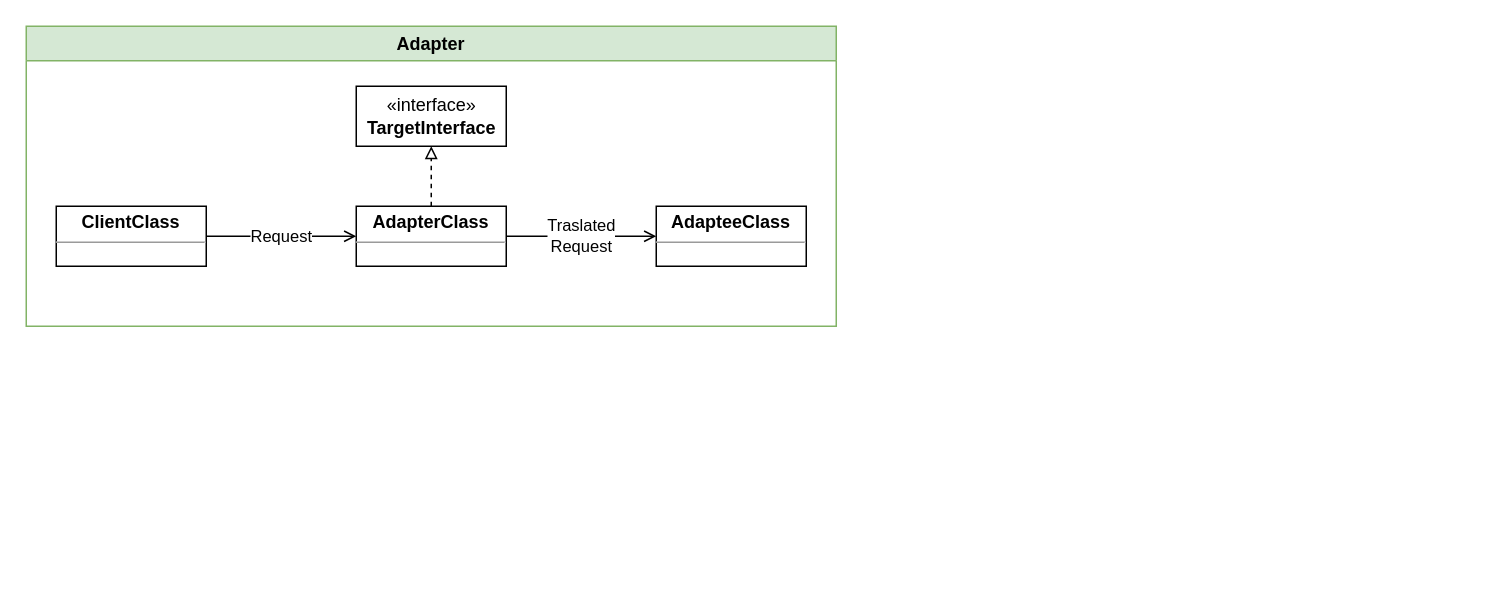
LuisCarlosRojasTorres/NetCore-DesignPatterns keeps this draw.io diagram as page "Structural" (2 of 3) of uploads/DesignPatternDiagrams.drawio. Above is the earlier version. Source tidied: cells renumbered, new cells numbered last; positions are measured from the earlier drawing's top-left corner, leaving out a move shared by most shapes. Both pictures are drawn from the tidied source at 150%, with x=0, y=0 at pixel (26, 26).
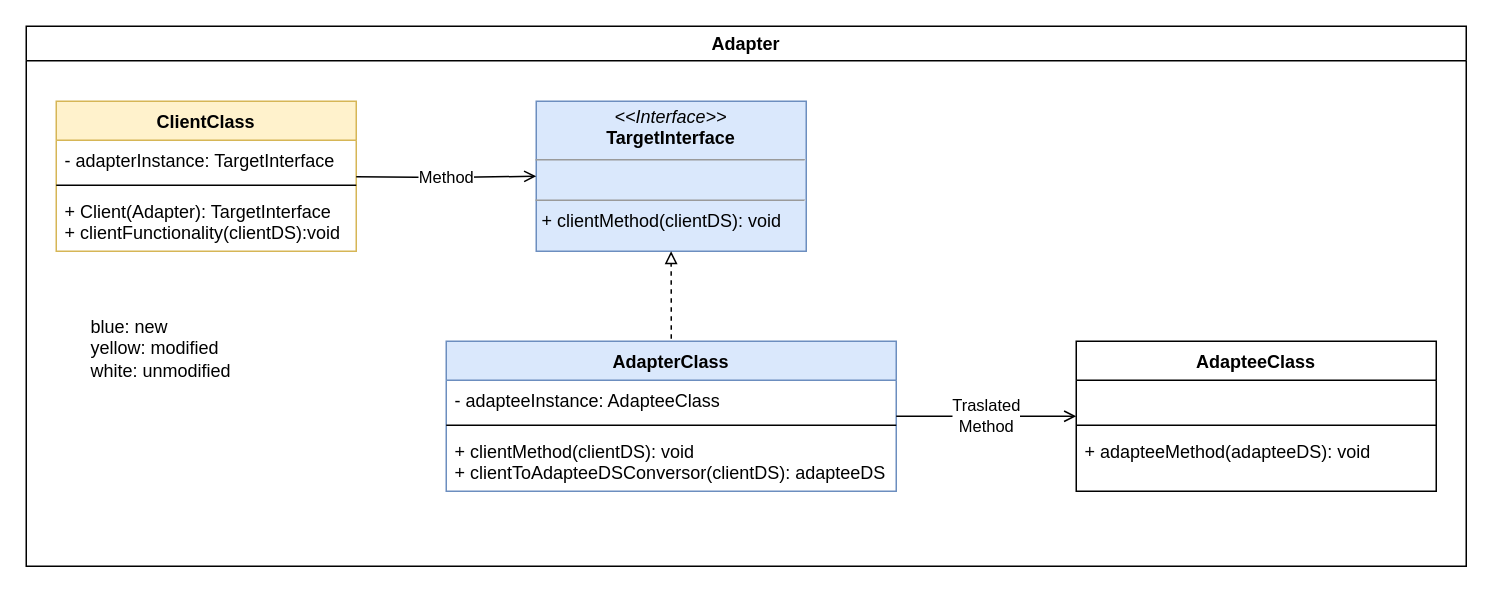
Above is the later version.

Commit message (it also covers changes not shown here):
Adapter: UML improved

Change to the diagram source:
```diff
@@
-    <mxCell id="2" value="Adapter" style="swimlane;fillColor=#d5e8d4;strokeColor=#82b366;" parent="1" vertex="1">
-      <mxGeometry width="540" height="200" as="geometry" />
+    <mxCell id="2" value="Adapter" style="swimlane;" parent="1" vertex="1">
+      <mxGeometry width="960" height="360" as="geometry" />
     </mxCell>
-    <mxCell id="3" value="«interface»&lt;br&gt;&lt;b&gt;TargetInterface&lt;/b&gt;" style="html=1;" parent="2" vertex="1">
-      <mxGeometry x="220" y="40" width="100" height="40" as="geometry" />
-    </mxCell>
+    <mxCell id="10" value="&lt;div style=&quot;text-align: left;&quot;&gt;&lt;span style=&quot;background-color: initial;&quot;&gt;blue: new&amp;nbsp;&lt;/span&gt;&lt;/div&gt;&lt;div style=&quot;text-align: left;&quot;&gt;&lt;span style=&quot;background-color: initial;&quot;&gt;yellow: modified&lt;/span&gt;&lt;/div&gt;&lt;div style=&quot;text-align: left;&quot;&gt;&lt;span style=&quot;background-color: initial;&quot;&gt;white: unmodified&lt;/span&gt;&lt;/div&gt;" style="text;html=1;strokeColor=none;fillColor=none;align=center;verticalAlign=middle;whiteSpace=wrap;rounded=0;" parent="2" vertex="1">
+      <mxGeometry x="40" y="200" width="100" height="30" as="geometry" />
+    </mxCell>
-    <mxCell id="4" value="&lt;p style=&quot;margin:0px;margin-top:4px;text-align:center;&quot;&gt;&lt;b&gt;ClientClass&lt;/b&gt;&lt;/p&gt;&lt;hr size=&quot;1&quot;&gt;&lt;div style=&quot;height:2px;&quot;&gt;&lt;/div&gt;" style="verticalAlign=top;align=left;overflow=fill;fontSize=12;fontFamily=Helvetica;html=1;" parent="2" vertex="1">
-      <mxGeometry x="20" y="120" width="100" height="40" as="geometry" />
+    <mxCell id="4" value="ClientClass" style="swimlane;fontStyle=1;align=center;verticalAlign=top;horizontal=1;startSize=26;fillColor=#fff2cc;strokeColor=#d6b656;" parent="2" vertex="1">
+      <mxGeometry x="20" y="50" width="200" height="100" as="geometry" />
     </mxCell>
-    <mxCell id="5" style="edgeStyle=orthogonalEdgeStyle;rounded=0;jettySize=auto;html=1;exitX=0.5;exitY=0;exitDx=0;exitDy=0;entryX=0.5;entryY=1;entryDx=0;entryDy=0;endArrow=block;endFill=0;dashed=1;" parent="2" edge="1" source="6" target="3">
-      <mxGeometry relative="1" as="geometry" />
-    </mxCell>
+    <mxCell id="11" value="- adapterInstance: TargetInterface" style="text;strokeColor=none;fillColor=none;align=left;verticalAlign=top;spacingLeft=4;spacingRight=4;overflow=hidden;" parent="4" vertex="1">
+      <mxGeometry y="26" width="200" height="26" as="geometry" />
+    </mxCell>
+    <mxCell id="12" style="line;strokeWidth=1;fillColor=none;align=left;verticalAlign=middle;spacingTop=-1;spacingLeft=3;spacingRight=3;labelPosition=right;" parent="4" vertex="1">
+      <mxGeometry y="52" width="200" height="8" as="geometry" />
+    </mxCell>
+    <mxCell id="13" value="+ Client(Adapter): TargetInterface&#10;+ clientFunctionality(clientDS):void" style="text;strokeColor=none;fillColor=none;align=left;verticalAlign=top;spacingLeft=4;spacingRight=4;overflow=hidden;" parent="4" vertex="1">
+      <mxGeometry y="60" width="200" height="40" as="geometry" />
+    </mxCell>
+    <mxCell id="14" value="&lt;p style=&quot;margin:0px;margin-top:4px;text-align:center;&quot;&gt;&lt;i&gt;&amp;lt;&amp;lt;Interface&amp;gt;&amp;gt;&lt;/i&gt;&lt;br&gt;&lt;b&gt;TargetInterface&lt;/b&gt;&lt;/p&gt;&lt;hr size=&quot;1&quot;&gt;&lt;p style=&quot;margin:0px;margin-left:4px;&quot;&gt;&lt;br&gt;&lt;/p&gt;&lt;hr size=&quot;1&quot;&gt;&lt;p style=&quot;margin:0px;margin-left:4px;&quot;&gt;+ clientMethod(clientDS): void&lt;br&gt;&lt;br&gt;&lt;/p&gt;" style="verticalAlign=top;align=left;overflow=fill;fontSize=12;fontFamily=Helvetica;html=1;fillColor=#dae8fc;strokeColor=#6c8ebf;" parent="2" vertex="1">
+      <mxGeometry x="340" y="50" width="180" height="100" as="geometry" />
+    </mxCell>
-    <mxCell id="6" value="&lt;p style=&quot;margin:0px;margin-top:4px;text-align:center;&quot;&gt;&lt;b&gt;AdapterClass&lt;/b&gt;&lt;/p&gt;&lt;hr size=&quot;1&quot;&gt;&lt;div style=&quot;height:2px;&quot;&gt;&lt;/div&gt;" style="verticalAlign=top;align=left;overflow=fill;fontSize=12;fontFamily=Helvetica;html=1;" parent="2" vertex="1">
-      <mxGeometry x="220" y="120" width="100" height="40" as="geometry" />
+    <mxCell id="6" value="AdapterClass" style="swimlane;fontStyle=1;align=center;verticalAlign=top;horizontal=1;startSize=26;fillColor=#dae8fc;strokeColor=#6c8ebf;" parent="2" vertex="1">
+      <mxGeometry x="280" y="210" width="300" height="100" as="geometry" />
     </mxCell>
-    <mxCell id="7" value="Request" style="edgeStyle=orthogonalEdgeStyle;rounded=0;jettySize=auto;html=1;exitX=1;exitY=0.5;exitDx=0;exitDy=0;entryX=0;entryY=0.5;entryDx=0;entryDy=0;endArrow=open;endFill=0;" parent="2" edge="1" source="4" target="6">
-      <mxGeometry relative="1" as="geometry" />
-    </mxCell>
+    <mxCell id="15" value="- adapteeInstance: AdapteeClass" style="text;strokeColor=none;fillColor=none;align=left;verticalAlign=top;spacingLeft=4;spacingRight=4;overflow=hidden;" parent="6" vertex="1">
+      <mxGeometry y="26" width="300" height="26" as="geometry" />
+    </mxCell>
+    <mxCell id="16" style="line;strokeWidth=1;fillColor=none;align=left;verticalAlign=middle;spacingTop=-1;spacingLeft=3;spacingRight=3;labelPosition=right;" parent="6" vertex="1">
+      <mxGeometry y="52" width="300" height="8" as="geometry" />
+    </mxCell>
+    <mxCell id="17" value="+ clientMethod(clientDS): void&#10;+ clientToAdapteeDSConversor(clientDS): adapteeDS" style="text;strokeColor=none;fillColor=none;align=left;verticalAlign=top;spacingLeft=4;spacingRight=4;overflow=hidden;" parent="6" vertex="1">
+      <mxGeometry y="60" width="300" height="40" as="geometry" />
+    </mxCell>
-    <mxCell id="8" value="&lt;p style=&quot;margin:0px;margin-top:4px;text-align:center;&quot;&gt;&lt;b&gt;AdapteeClass&lt;/b&gt;&lt;/p&gt;&lt;hr size=&quot;1&quot;&gt;&lt;div style=&quot;height:2px;&quot;&gt;&lt;/div&gt;" style="verticalAlign=top;align=left;overflow=fill;fontSize=12;fontFamily=Helvetica;html=1;" parent="2" vertex="1">
-      <mxGeometry x="420" y="120" width="100" height="40" as="geometry" />
+    <mxCell id="8" value="AdapteeClass" style="swimlane;fontStyle=1;align=center;verticalAlign=top;horizontal=1;startSize=26;" parent="2" vertex="1">
+      <mxGeometry x="700" y="210" width="240" height="100" as="geometry" />
     </mxCell>
-    <mxCell id="9" value="Traslated&lt;br&gt;Request" style="edgeStyle=orthogonalEdgeStyle;rounded=0;jettySize=auto;html=1;exitX=1;exitY=0.5;exitDx=0;exitDy=0;endArrow=open;endFill=0;" parent="2" edge="1" source="6" target="8">
-      <mxGeometry relative="1" as="geometry" />
-    </mxCell>
+    <mxCell id="18" value=" " style="text;strokeColor=none;fillColor=none;align=left;verticalAlign=top;spacingLeft=4;spacingRight=4;overflow=hidden;" parent="8" vertex="1">
+      <mxGeometry y="26" width="240" height="26" as="geometry" />
+    </mxCell>
+    <mxCell id="19" style="line;strokeWidth=1;fillColor=none;align=left;verticalAlign=middle;spacingTop=-1;spacingLeft=3;spacingRight=3;labelPosition=right;" parent="8" vertex="1">
+      <mxGeometry y="52" width="240" height="8" as="geometry" />
+    </mxCell>
+    <mxCell id="20" value="+ adapteeMethod(adapteeDS): void&#10;" style="text;strokeColor=none;fillColor=none;align=left;verticalAlign=top;spacingLeft=4;spacingRight=4;overflow=hidden;" parent="8" vertex="1">
+      <mxGeometry y="60" width="240" height="40" as="geometry" />
+    </mxCell>
+    <mxCell id="21" value="Method" style="edgeStyle=orthogonalEdgeStyle;rounded=0;jettySize=auto;html=1;exitX=1;exitY=0.5;exitDx=0;exitDy=0;entryX=0;entryY=0.5;entryDx=0;entryDy=0;endArrow=open;endFill=0;" parent="2" edge="1" target="14">
+      <mxGeometry relative="1" as="geometry">
+        <mxPoint x="220" y="100.3" as="sourcePoint" />
+      </mxGeometry>
+    </mxCell>
+    <mxCell id="22" style="edgeStyle=orthogonalEdgeStyle;rounded=0;jettySize=auto;html=1;exitX=0.5;exitY=-0.017;exitDx=0;exitDy=0;entryX=0.5;entryY=1;entryDx=0;entryDy=0;endArrow=block;endFill=0;dashed=1;exitPerimeter=0;" parent="2" edge="1" source="6">
+      <mxGeometry relative="1" as="geometry">
+        <mxPoint x="429.9" y="150" as="targetPoint" />
+      </mxGeometry>
+    </mxCell>
+    <mxCell id="23" value="Traslated&lt;br&gt;Method" style="edgeStyle=orthogonalEdgeStyle;rounded=0;orthogonalLoop=1;jettySize=auto;html=1;exitX=1;exitY=0.5;exitDx=0;exitDy=0;endArrow=open;endFill=0;" parent="2" edge="1">
+      <mxGeometry relative="1" as="geometry">
+        <mxPoint x="580" y="260" as="sourcePoint" />
+        <mxPoint x="700" y="260" as="targetPoint" />
+      </mxGeometry>
+    </mxCell>
```
